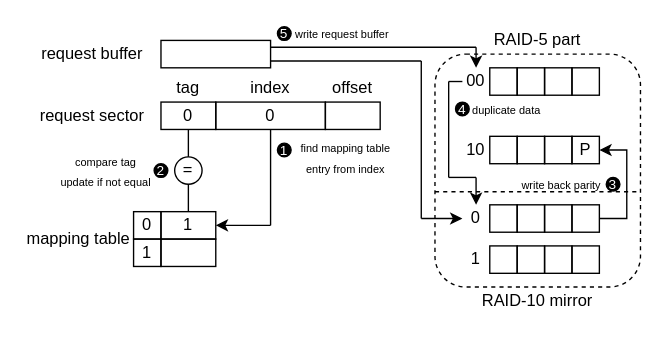
Above: expandRAID/write-conflict.drawio in Icarusradio/Pictures (draw.io), before the change. Source tidied: cells renumbered, new cells numbered last; positions are measured from the earlier drawing's top-left corner, leaving out a move shared by most shapes. Both pictures are drawn from the tidied source at 137%, with x=0, y=0 at pixel (23, 26).
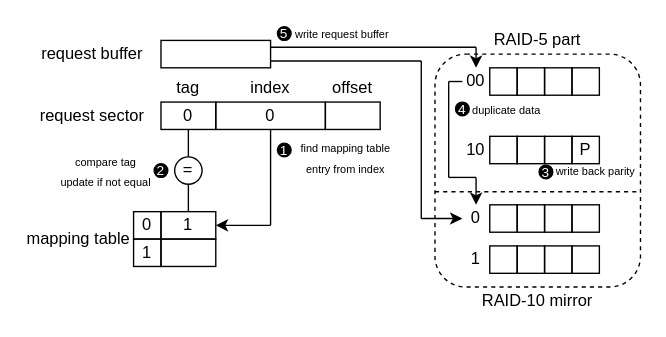
The same page after the edit.

The change refers to these unchanged cells:
```xml
<mxCell id="26" value="P" style="rounded=0;whiteSpace=wrap;html=1;fillColor=none;" parent="1" vertex="1">
  <mxGeometry x="400" y="80" width="20" height="20" as="geometry" />
</mxCell>
<mxCell id="31" style="rounded=0;whiteSpace=wrap;html=1;fillColor=none;" parent="1" vertex="1">
  <mxGeometry x="400" y="130" width="20" height="20" as="geometry" />
</mxCell>
```

Diff of the diagram source:
```diff
@@
-    <mxCell id="30" style="edgeStyle=orthogonalEdgeStyle;rounded=0;jettySize=auto;html=1;exitX=1;exitY=0.5;exitDx=0;exitDy=0;entryX=1;entryY=0.5;entryDx=0;entryDy=0;" parent="1" edge="1" source="31" target="26">
-      <mxGeometry relative="1" as="geometry" />
-    </mxCell>
@@
     <mxCell id="54" value="&lt;font style=&quot;font-size: 10px;&quot; color=&quot;#ffffff&quot;&gt;3&lt;/font&gt;" style="ellipse;whiteSpace=wrap;html=1;fillColor=#000000;" parent="1" vertex="1">
-      <mxGeometry x="425" y="110" width="10" height="10" as="geometry" />
+      <mxGeometry x="376" y="101" width="10" height="10" as="geometry" />
     </mxCell>
@@
     <mxCell id="60" value="&lt;font style=&quot;font-size: 8px;&quot;&gt;write back parity&lt;/font&gt;" style="rounded=0;whiteSpace=wrap;html=1;fillColor=none;strokeColor=none;" parent="1" vertex="1">
-      <mxGeometry x="360" y="110" width="65" height="10" as="geometry" />
+      <mxGeometry x="385" y="100" width="65" height="10" as="geometry" />
     </mxCell>
```
